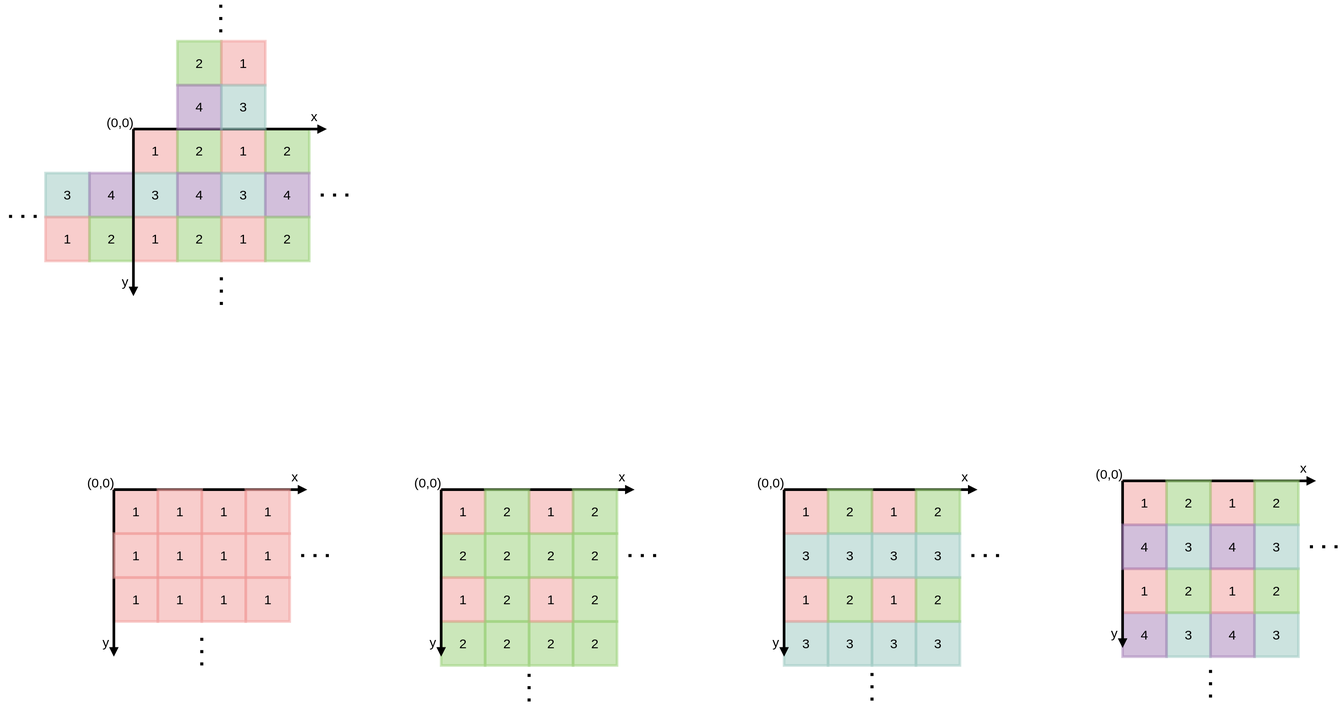
Before: docs/src/figures/stencil_buffer.drawio.svg, a diagram exported from draw.io (maplibre/maplibre-rs). Source tidied: cells renumbered, new cells last; positions are measured from the earlier drawing's top-left corner, leaving out a move shared by most shapes.
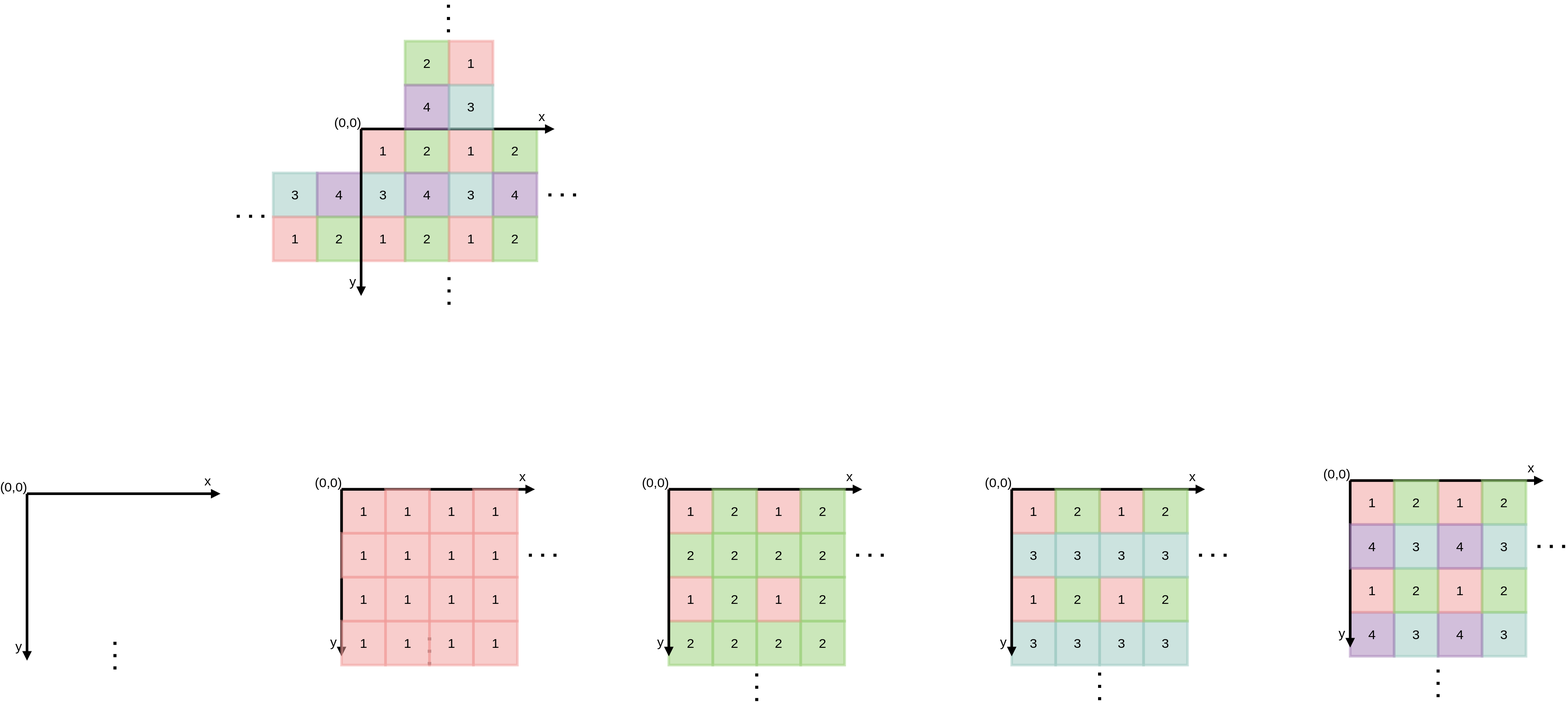
Above is the later version.

Commit message:
Update stencil buffer layout

Change to the diagram source:
```diff
@@ -201,27 +201,15 @@
         <mxPoint x="664.5" y="1260" as="targetPoint" />
       </mxGeometry>
     </mxCell>
-    <mxCell id="57" value="&lt;font style=&quot;font-size: 30px&quot;&gt;1&lt;/font&gt;" style="whiteSpace=wrap;html=1;perimeterSpacing=0;strokeWidth=6;strokeColor=#F19C99;fillColor=#F19C99;opacity=50;" parent="1" vertex="1">
-      <mxGeometry x="255.5" y="1210" width="100" height="100" as="geometry" />
-    </mxCell>
     <mxCell id="58" value="&lt;font style=&quot;font-size: 30px&quot;&gt;1&lt;/font&gt;" style="whiteSpace=wrap;html=1;perimeterSpacing=0;strokeWidth=6;strokeColor=#F19C99;fillColor=#F19C99;opacity=50;" parent="1" vertex="1">
       <mxGeometry x="355.5" y="1110" width="100" height="100" as="geometry" />
     </mxCell>
-    <mxCell id="59" value="&lt;font style=&quot;font-size: 30px&quot;&gt;1&lt;/font&gt;" style="whiteSpace=wrap;html=1;perimeterSpacing=0;strokeWidth=6;strokeColor=#F19C99;fillColor=#F19C99;opacity=50;" parent="1" vertex="1">
-      <mxGeometry x="355.5" y="1210" width="100" height="100" as="geometry" />
-    </mxCell>
-    <mxCell id="60" value="&lt;font style=&quot;font-size: 30px&quot;&gt;1&lt;/font&gt;" style="whiteSpace=wrap;html=1;perimeterSpacing=0;strokeWidth=6;strokeColor=#F19C99;fillColor=#F19C99;opacity=50;" parent="1" vertex="1">
-      <mxGeometry x="455.5" y="1210" width="100" height="100" as="geometry" />
-    </mxCell>
     <mxCell id="61" value="&lt;font style=&quot;font-size: 30px&quot;&gt;1&lt;/font&gt;" style="whiteSpace=wrap;html=1;perimeterSpacing=0;strokeWidth=6;strokeColor=#F19C99;fillColor=#F19C99;opacity=50;" parent="1" vertex="1">
       <mxGeometry x="355.5" y="1310" width="100" height="100" as="geometry" />
     </mxCell>
     <mxCell id="62" value="&lt;font style=&quot;font-size: 30px&quot;&gt;1&lt;/font&gt;" style="whiteSpace=wrap;html=1;perimeterSpacing=0;strokeWidth=6;strokeColor=#F19C99;fillColor=#F19C99;opacity=50;" parent="1" vertex="1">
       <mxGeometry x="555.5" y="1110" width="100" height="100" as="geometry" />
     </mxCell>
-    <mxCell id="63" value="&lt;font style=&quot;font-size: 30px&quot;&gt;1&lt;/font&gt;" style="whiteSpace=wrap;html=1;perimeterSpacing=0;strokeWidth=6;strokeColor=#F19C99;fillColor=#F19C99;opacity=50;" parent="1" vertex="1">
-      <mxGeometry x="555.5" y="1210" width="100" height="100" as="geometry" />
-    </mxCell>
     <mxCell id="64" value="&lt;font style=&quot;font-size: 30px&quot;&gt;1&lt;/font&gt;" style="whiteSpace=wrap;html=1;perimeterSpacing=0;strokeWidth=6;strokeColor=#F19C99;fillColor=#F19C99;opacity=50;" parent="1" vertex="1">
       <mxGeometry x="555.5" y="1310" width="100" height="100" as="geometry" />
     </mxCell>
@@ -429,5 +417,59 @@
     <mxCell id="118" value="&lt;font style=&quot;font-size: 30px&quot;&gt;4&lt;/font&gt;" style="whiteSpace=wrap;html=1;perimeterSpacing=0;strokeWidth=6;strokeColor=#A680B8;fillColor=#A680B8;opacity=50;" parent="1" vertex="1">
       <mxGeometry x="2750" y="1190" width="100" height="100" as="geometry" />
     </mxCell>
+    <mxCell id="119" style="endArrow=block;html=1;rounded=0;fontSize=30;exitX=1;exitY=1;exitDx=0;exitDy=0;strokeWidth=6;endFill=1;" parent="1" edge="1" source="123">
+      <mxGeometry relative="1" as="geometry">
+        <mxPoint x="-20" y="1120" as="targetPoint" />
+      </mxGeometry>
+    </mxCell>
+    <mxCell id="120" value="x" style="edgeLabel;html=1;align=center;verticalAlign=middle;fontSize=30;" parent="119" vertex="1">
+      <mxGeometry x="0.94" y="5" relative="1" as="geometry">
+        <mxPoint x="-16" y="-25" as="offset" />
+      </mxGeometry>
+    </mxCell>
+    <mxCell id="121" style="endArrow=block;html=1;rounded=0;fontSize=30;exitX=0;exitY=0;exitDx=0;exitDy=0;strokeWidth=6;endFill=1;" parent="1" edge="1">
+      <mxGeometry relative="1" as="geometry">
+        <mxPoint x="-460" y="1120" as="sourcePoint" />
+        <mxPoint x="-460" y="1500" as="targetPoint" />
+      </mxGeometry>
+    </mxCell>
+    <mxCell id="122" value="y" style="edgeLabel;html=1;align=center;verticalAlign=middle;fontSize=30;" parent="121" vertex="1">
+      <mxGeometry x="0.82" y="3" relative="1" as="geometry">
+        <mxPoint x="-23" as="offset" />
+      </mxGeometry>
+    </mxCell>
+    <mxCell id="123" value="(0,0)" style="text;html=1;strokeColor=none;fillColor=none;align=center;verticalAlign=middle;whiteSpace=wrap;rounded=0;labelBorderColor=none;fontSize=30;opacity=50;" parent="1" vertex="1">
+      <mxGeometry x="-520" y="1090" width="60" height="30" as="geometry" />
+    </mxCell>
+    <mxCell id="124" style="endArrow=none;dashed=1;html=1;dashPattern=1 3;strokeWidth=7;rounded=0;fontSize=30;" parent="1" edge="1">
+      <mxGeometry relative="1" as="geometry">
+        <mxPoint x="-260" y="1520" as="sourcePoint" />
+        <mxPoint x="-260" y="1450" as="targetPoint" />
+      </mxGeometry>
+    </mxCell>
+    <mxCell id="57" value="&lt;font style=&quot;font-size: 30px&quot;&gt;1&lt;/font&gt;" style="whiteSpace=wrap;html=1;perimeterSpacing=0;strokeWidth=6;strokeColor=#F19C99;fillColor=#F19C99;opacity=50;" parent="1" vertex="1">
+      <mxGeometry x="255.5" y="1210" width="100" height="100" as="geometry" />
+    </mxCell>
+    <mxCell id="60" value="&lt;font style=&quot;font-size: 30px&quot;&gt;1&lt;/font&gt;" style="whiteSpace=wrap;html=1;perimeterSpacing=0;strokeWidth=6;strokeColor=#F19C99;fillColor=#F19C99;opacity=50;" parent="1" vertex="1">
+      <mxGeometry x="455.5" y="1210" width="100" height="100" as="geometry" />
+    </mxCell>
+    <mxCell id="59" value="&lt;font style=&quot;font-size: 30px&quot;&gt;1&lt;/font&gt;" style="whiteSpace=wrap;html=1;perimeterSpacing=0;strokeWidth=6;strokeColor=#F19C99;fillColor=#F19C99;opacity=50;" parent="1" vertex="1">
+      <mxGeometry x="355.5" y="1210" width="100" height="100" as="geometry" />
+    </mxCell>
+    <mxCell id="63" value="&lt;font style=&quot;font-size: 30px&quot;&gt;1&lt;/font&gt;" style="whiteSpace=wrap;html=1;perimeterSpacing=0;strokeWidth=6;strokeColor=#F19C99;fillColor=#F19C99;opacity=50;" parent="1" vertex="1">
+      <mxGeometry x="555.5" y="1210" width="100" height="100" as="geometry" />
+    </mxCell>
+    <mxCell id="125" value="&lt;font style=&quot;font-size: 30px&quot;&gt;1&lt;/font&gt;" style="whiteSpace=wrap;html=1;perimeterSpacing=0;strokeWidth=6;strokeColor=#F19C99;fillColor=#F19C99;opacity=50;" parent="1" vertex="1">
+      <mxGeometry x="255.5" y="1410" width="100" height="100" as="geometry" />
+    </mxCell>
+    <mxCell id="126" value="&lt;font style=&quot;font-size: 30px&quot;&gt;1&lt;/font&gt;" style="whiteSpace=wrap;html=1;perimeterSpacing=0;strokeWidth=6;strokeColor=#F19C99;fillColor=#F19C99;opacity=50;" parent="1" vertex="1">
+      <mxGeometry x="455.5" y="1410" width="100" height="100" as="geometry" />
+    </mxCell>
+    <mxCell id="127" value="&lt;font style=&quot;font-size: 30px&quot;&gt;1&lt;/font&gt;" style="whiteSpace=wrap;html=1;perimeterSpacing=0;strokeWidth=6;strokeColor=#F19C99;fillColor=#F19C99;opacity=50;" parent="1" vertex="1">
+      <mxGeometry x="355.5" y="1410" width="100" height="100" as="geometry" />
+    </mxCell>
+    <mxCell id="128" value="&lt;font style=&quot;font-size: 30px&quot;&gt;1&lt;/font&gt;" style="whiteSpace=wrap;html=1;perimeterSpacing=0;strokeWidth=6;strokeColor=#F19C99;fillColor=#F19C99;opacity=50;" parent="1" vertex="1">
+      <mxGeometry x="555.5" y="1410" width="100" height="100" as="geometry" />
+    </mxCell>
   </root>
 </mxGraphModel>
```
